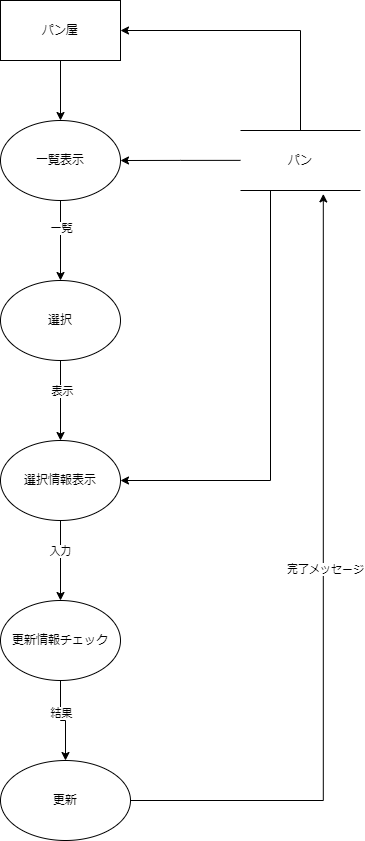
Earlier version of the draw.io export DFD/パン更新.drawio.png (Pyama1013/Sotsu.Gamen). Source tidied: cells renumbered, new cells last; positions are measured from the earlier drawing's top-left corner, leaving out a move shared by most shapes.
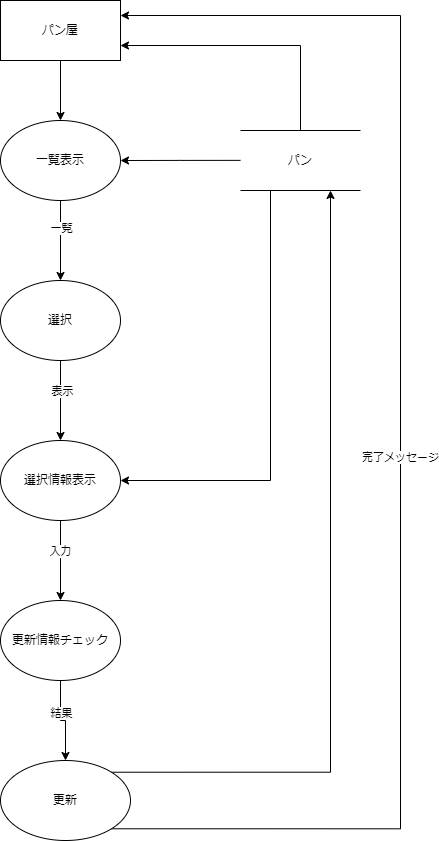
The same diagram one commit later.

The edit, as a diff of the source:
```diff
@@ -5,13 +5,6 @@
     <mxCell id="2" style="edgeStyle=orthogonalEdgeStyle;rounded=0;jettySize=auto;html=1;exitX=0.5;exitY=1;exitDx=0;exitDy=0;entryX=0.5;entryY=0;entryDx=0;entryDy=0;" parent="1" edge="1" source="4" target="8">
       <mxGeometry relative="1" as="geometry" />
     </mxCell>
-    <mxCell id="3" style="edgeStyle=orthogonalEdgeStyle;rounded=0;jettySize=auto;html=1;exitX=0.5;exitY=0;exitDx=0;exitDy=0;entryX=1;entryY=0.5;entryDx=0;entryDy=0;" parent="1" edge="1" source="22" target="4">
-      <mxGeometry relative="1" as="geometry">
-        <Array as="points">
-          <mxPoint x="300" y="30" />
-        </Array>
-      </mxGeometry>
-    </mxCell>
     <mxCell id="4" value="パン屋" style="rounded=0;whiteSpace=wrap;html=1;" parent="1" vertex="1">
       <mxGeometry width="120" height="60" as="geometry" />
     </mxCell>
@@ -59,15 +52,26 @@
     <mxCell id="18" value="更新情報チェック" style="ellipse;whiteSpace=wrap;html=1;" parent="1" vertex="1">
       <mxGeometry y="600" width="120" height="80" as="geometry" />
     </mxCell>
-    <mxCell id="19" style="edgeStyle=orthogonalEdgeStyle;rounded=0;jettySize=auto;html=1;exitX=1;exitY=0.5;exitDx=0;exitDy=0;entryX=0.69;entryY=1.057;entryDx=0;entryDy=0;entryPerimeter=0;" parent="1" edge="1" source="21" target="22">
+    <mxCell id="19" style="edgeStyle=orthogonalEdgeStyle;rounded=0;jettySize=auto;html=1;exitX=1;exitY=0;exitDx=0;exitDy=0;entryX=0.75;entryY=1;entryDx=0;entryDy=0;" parent="1" edge="1" source="21" target="22">
       <mxGeometry relative="1" as="geometry" />
     </mxCell>
+    <mxCell id="23" style="edgeStyle=orthogonalEdgeStyle;rounded=0;jettySize=auto;html=1;exitX=1;exitY=1;exitDx=0;exitDy=0;entryX=1;entryY=0.25;entryDx=0;entryDy=0;" parent="1" edge="1" source="21" target="4">
+      <mxGeometry relative="1" as="geometry">
+        <Array as="points">
+          <mxPoint x="400" y="828" />
+          <mxPoint x="400" y="15" />
+        </Array>
+      </mxGeometry>
+    </mxCell>
-    <mxCell id="20" value="完了メッセージ" style="edgeLabel;html=1;align=center;verticalAlign=middle;" parent="19" vertex="1">
-      <mxGeometry x="0.06" y="-2" relative="1" as="geometry" />
+    <mxCell id="20" value="完了メッセージ" style="edgeLabel;html=1;align=center;verticalAlign=middle;" parent="23" vertex="1">
+      <mxGeometry x="-0.04" y="1" relative="1" as="geometry" />
     </mxCell>
     <mxCell id="21" value="更新" style="ellipse;whiteSpace=wrap;html=1;" parent="1" vertex="1">
       <mxGeometry y="760" width="130" height="80" as="geometry" />
     </mxCell>
+    <mxCell id="3" style="edgeStyle=orthogonalEdgeStyle;rounded=0;jettySize=auto;html=1;exitX=0.5;exitY=0;exitDx=0;exitDy=0;entryX=1;entryY=0.75;entryDx=0;entryDy=0;" parent="1" edge="1" source="22" target="4">
+      <mxGeometry relative="1" as="geometry" />
+    </mxCell>
     <mxCell id="22" value="パン" style="shape=partialRectangle;whiteSpace=wrap;html=1;left=0;right=0;fillColor=none;" parent="1" vertex="1">
       <mxGeometry x="240" y="130" width="120" height="60" as="geometry" />
     </mxCell>
```
